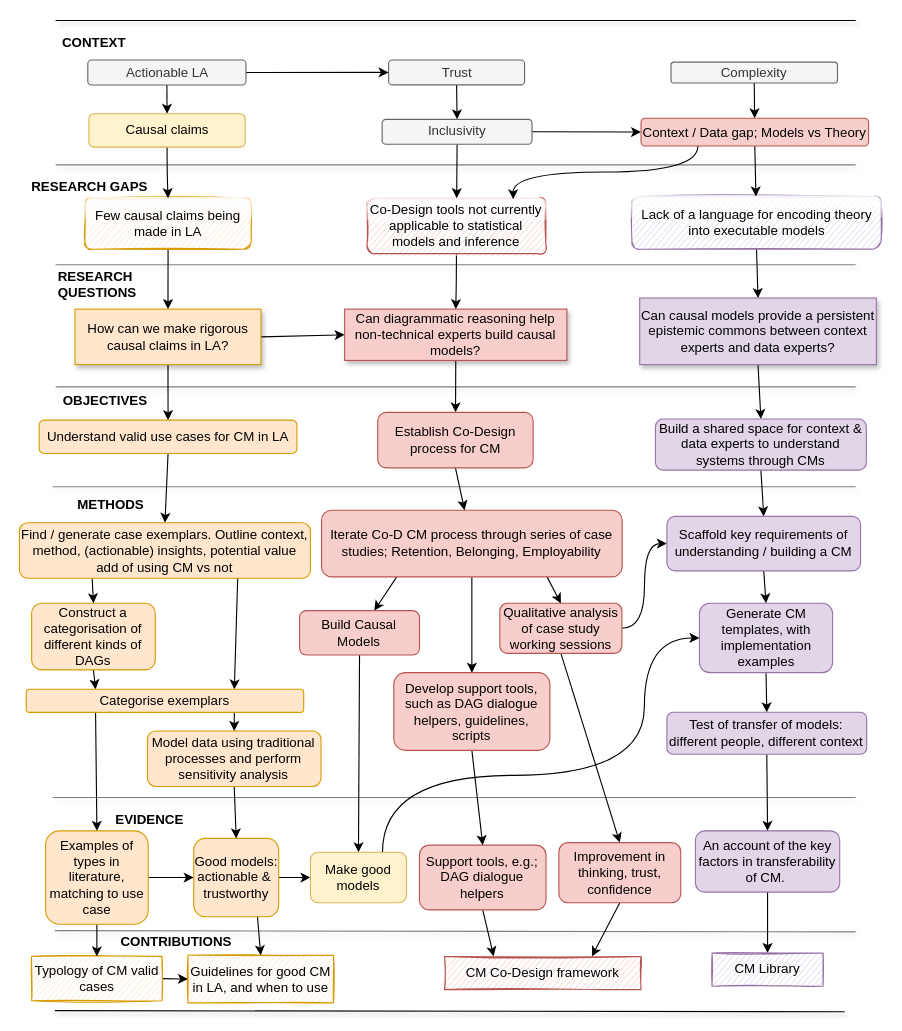
The draw.io diagram page "Page-9" (9 of 9) of Thesis diagram.drawio in benwhicks/phd, before the edit. Source tidied: cells renumbered, new cells numbered last; positions are measured from the earlier drawing's top-left corner, leaving out a move shared by most shapes. Both pictures are drawn from the tidied source at 111%, with x=0, y=0 at pixel (19, 20).
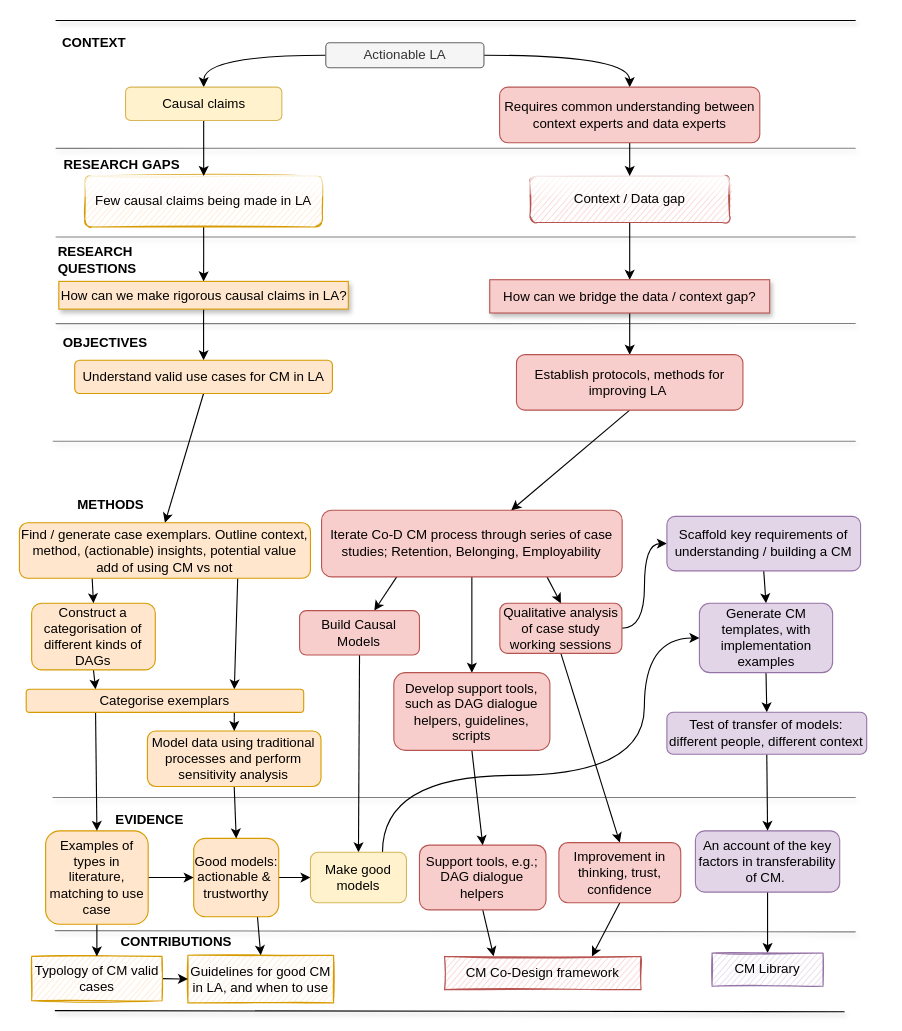
After the change.

The change refers to these unchanged cells:
```xml
<mxCell id="85" value="Scaffold key requirements of understanding / building a CM" style="whiteSpace=wrap;html=1;rounded=1;shadow=0;glass=0;sketch=0;fillColor=#e1d5e7;strokeColor=#9673a6;" parent="1" vertex="1">
  <mxGeometry x="583.3" y="446.7" width="174.5" height="49.1" as="geometry" />
</mxCell>
```

Change to the diagram source:
```diff
@@
     <mxCell id="3" value="RESEARCH GAPS" style="text;html=1;align=center;verticalAlign=middle;sketch=1;fontStyle=1;" parent="1" vertex="1">
-      <mxGeometry x="3" y="140" width="120" height="20" as="geometry" />
+      <mxGeometry x="31.8" y="120" width="120" height="20" as="geometry" />
     </mxCell>
     <mxCell id="4" value="RESEARCH &lt;br&gt;QUESTIONS" style="text;html=1;align=left;verticalAlign=middle;strokeColor=none;fillColor=none;fontStyle=1;" parent="1" vertex="1">
-      <mxGeometry x="33" y="223" width="90" height="30" as="geometry" />
+      <mxGeometry x="33" y="201" width="90" height="30" as="geometry" />
     </mxCell>
-    <mxCell id="5" style="rounded=0;jettySize=auto;html=1;exitX=0.5;exitY=1;exitDx=0;exitDy=0;entryX=0.5;entryY=0;entryDx=0;entryDy=0;" parent="1" edge="1" source="6" target="68">
-      <mxGeometry relative="1" as="geometry" />
-    </mxCell>
-    <mxCell id="6" value="Can causal models provide a persistent epistemic commons between context experts and data experts?" style="rounded=0;whiteSpace=wrap;html=1;fillColor=#e1d5e7;strokeColor=#9673a6;glass=0;sketch=0;shadow=1;" parent="1" vertex="1">
-      <mxGeometry x="558.8" y="250" width="213.2" height="60" as="geometry" />
-    </mxCell>
@@
-    <mxCell id="11" value="Co-Design tools not currently applicable to statistical models and inference" style="rounded=1;whiteSpace=wrap;html=1;fillColor=#f8cecc;strokeColor=#b85450;glass=1;sketch=1;" parent="1" vertex="1">
-      <mxGeometry x="313.1" y="160" width="161.2" height="50" as="geometry" />
+    <mxCell id="11" value="Context / Data gap" style="rounded=1;whiteSpace=wrap;html=1;fillColor=#f8cecc;strokeColor=#b85450;glass=1;sketch=1;" parent="1" vertex="1">
+      <mxGeometry x="459.9" y="140" width="179.8" height="42" as="geometry" />
     </mxCell>
-    <mxCell id="12" style="rounded=0;sketch=0;jettySize=auto;html=1;exitX=0.5;exitY=1;exitDx=0;exitDy=0;entryX=0.5;entryY=0;entryDx=0;entryDy=0;" parent="1" edge="1" source="13" target="6">
-      <mxGeometry relative="1" as="geometry" />
-    </mxCell>
-    <mxCell id="13" value="Lack of a language for encoding theory into executable models" style="rounded=1;whiteSpace=wrap;html=1;fillColor=#e1d5e7;strokeColor=#9673a6;glass=1;sketch=1;" parent="1" vertex="1">
-      <mxGeometry x="551.8" y="158.5" width="224.5" height="47.5" as="geometry" />
-    </mxCell>
@@
     <mxCell id="15" value="Few causal claims being made in LA" style="rounded=1;whiteSpace=wrap;html=1;fillColor=#ffe6cc;strokeColor=#d79b00;glass=1;sketch=1;" parent="1" vertex="1">
-      <mxGeometry x="58.9" y="160" width="150" height="46" as="geometry" />
+      <mxGeometry x="58.9" y="140" width="214.1" height="46" as="geometry" />
     </mxCell>
@@
-    <mxCell id="17" value="Can diagrammatic reasoning help non-technical experts build causal models?" style="rounded=0;whiteSpace=wrap;html=1;fillColor=#f8cecc;strokeColor=#b85450;sketch=0;shadow=1;" parent="1" vertex="1">
-      <mxGeometry x="293" y="260" width="200.2" height="46.2" as="geometry" />
+    <mxCell id="17" value="How can we bridge the data / context gap?" style="rounded=0;whiteSpace=wrap;html=1;fillColor=#f8cecc;strokeColor=#b85450;sketch=0;shadow=1;" parent="1" vertex="1">
+      <mxGeometry x="423.7" y="233.5" width="252.2" height="30" as="geometry" />
     </mxCell>
@@
-    <mxCell id="21" style="edgeStyle=none;rounded=0;jettySize=auto;html=1;exitX=0.5;exitY=1;exitDx=0;exitDy=0;entryX=0.5;entryY=0;entryDx=0;entryDy=0;" parent="1" edge="1" source="23" target="35">
+    <mxCell id="21" style="edgeStyle=orthogonalEdgeStyle;rounded=0;jettySize=auto;html=1;exitX=0;exitY=0.5;exitDx=0;exitDy=0;entryX=0.5;entryY=0;entryDx=0;entryDy=0;curved=1;" parent="1" edge="1" source="23" target="35">
       <mxGeometry relative="1" as="geometry" />
     </mxCell>
-    <mxCell id="22" style="edgeStyle=none;rounded=0;jettySize=auto;html=1;exitX=1;exitY=0.5;exitDx=0;exitDy=0;entryX=0;entryY=0.5;entryDx=0;entryDy=0;" parent="1" edge="1" source="23" target="49">
-      <mxGeometry relative="1" as="geometry" />
-    </mxCell>
+    <mxCell id="99" style="rounded=0;jettySize=auto;html=1;exitX=1;exitY=0.5;exitDx=0;exitDy=0;entryX=0.5;entryY=0;entryDx=0;entryDy=0;edgeStyle=orthogonalEdgeStyle;curved=1;" parent="1" edge="1" source="23" target="47">
+      <mxGeometry relative="1" as="geometry" />
+    </mxCell>
     <mxCell id="23" value="Actionable LA" style="rounded=1;whiteSpace=wrap;html=1;fillColor=#f5f5f5;strokeColor=#666666;fontColor=#333333;" parent="1" vertex="1">
-      <mxGeometry x="61.6" y="35.6" width="142.5" height="22.5" as="geometry" />
+      <mxGeometry x="276" y="20" width="142.5" height="22.5" as="geometry" />
     </mxCell>
@@
-    <mxCell id="25" style="edgeStyle=none;rounded=0;jettySize=auto;html=1;exitX=1;exitY=0.5;exitDx=0;exitDy=0;entryX=0;entryY=0.5;entryDx=0;entryDy=0;" parent="1" edge="1" source="26" target="17">
-      <mxGeometry relative="1" as="geometry" />
-    </mxCell>
     <mxCell id="26" value="How can we make rigorous causal claims in LA?" style="whiteSpace=wrap;html=1;fillColor=#ffe6cc;strokeColor=#d79b00;sketch=0;shadow=1;" parent="1" vertex="1">
-      <mxGeometry x="50.1" y="260" width="167.5" height="50" as="geometry" />
+      <mxGeometry x="35.5" y="235" width="260.8" height="25" as="geometry" />
     </mxCell>
@@
     <mxCell id="28" value="Understand valid use cases for CM in LA" style="rounded=1;whiteSpace=wrap;html=1;sketch=0;shadow=0;glass=0;fillColor=#ffe6cc;strokeColor=#d79b00;" parent="1" vertex="1">
-      <mxGeometry x="17.8" y="360" width="232.2" height="30" as="geometry" />
+      <mxGeometry x="49.8" y="306" width="232.2" height="30" as="geometry" />
     </mxCell>
@@
     <mxCell id="35" value="Causal claims" style="rounded=1;whiteSpace=wrap;html=1;fillColor=#fff2cc;shadow=0;glass=0;sketch=0;strokeColor=#d6b656;" parent="1" vertex="1">
-      <mxGeometry x="62.6" y="84" width="140.8" height="30" as="geometry" />
+      <mxGeometry x="95.6" y="60" width="140.8" height="30" as="geometry" />
     </mxCell>
@@
     <mxCell id="39" style="endArrow=none;html=1;rounded=0;sketch=1;curved=1;shadow=1;opacity=50;" parent="1" edge="1">
       <mxGeometry relative="1" as="geometry">
-        <mxPoint x="33" y="130" as="sourcePoint" />
-        <mxPoint x="753" y="130" as="targetPoint" />
+        <mxPoint x="33" y="115.1" as="sourcePoint" />
+        <mxPoint x="753" y="115.1" as="targetPoint" />
       </mxGeometry>
     </mxCell>
     <mxCell id="40" style="endArrow=none;html=1;rounded=0;sketch=1;curved=1;shadow=1;opacity=50;" parent="1" edge="1">
       <mxGeometry relative="1" as="geometry">
-        <mxPoint x="33" y="220" as="sourcePoint" />
-        <mxPoint x="753" y="220" as="targetPoint" />
+        <mxPoint x="33" y="195" as="sourcePoint" />
+        <mxPoint x="753" y="195" as="targetPoint" />
       </mxGeometry>
     </mxCell>
     <mxCell id="41" style="endArrow=none;html=1;rounded=0;sketch=1;curved=1;shadow=1;opacity=50;" parent="1" edge="1">
       <mxGeometry relative="1" as="geometry">
-        <mxPoint x="33" y="330" as="sourcePoint" />
-        <mxPoint x="753" y="330" as="targetPoint" />
+        <mxPoint x="33" y="273" as="sourcePoint" />
+        <mxPoint x="753" y="273" as="targetPoint" />
       </mxGeometry>
     </mxCell>
@@
-    <mxCell id="43" style="rounded=0;jettySize=auto;html=1;exitX=0.5;exitY=1;exitDx=0;exitDy=0;" parent="1" edge="1" source="44" target="66">
-      <mxGeometry relative="1" as="geometry" />
-    </mxCell>
-    <mxCell id="44" value="Complexity" style="rounded=1;whiteSpace=wrap;html=1;align=center;fillColor=#f5f5f5;strokeColor=#666666;shadow=0;sketch=0;fontFamily=Helvetica;fontStyle=0;fontSize=12;fontColor=#333333;" parent="1" vertex="1">
-      <mxGeometry x="587" y="37.5" width="150" height="18.8" as="geometry" />
-    </mxCell>
@@
-    <mxCell id="46" style="edgeStyle=none;rounded=0;jettySize=auto;html=1;exitX=1;exitY=0.5;exitDx=0;exitDy=0;entryX=0;entryY=0.5;entryDx=0;entryDy=0;" parent="1" edge="1" source="47" target="66">
-      <mxGeometry relative="1" as="geometry" />
-    </mxCell>
-    <mxCell id="47" value="Inclusivity" style="rounded=1;whiteSpace=wrap;html=1;fillColor=#f5f5f5;strokeColor=#666666;fontColor=#333333;" parent="1" vertex="1">
-      <mxGeometry x="326.8" y="89" width="135" height="22.5" as="geometry" />
+    <mxCell id="47" value="Requires common understanding between context experts and data experts" style="rounded=1;whiteSpace=wrap;html=1;fillColor=#f8cecc;strokeColor=#b85450;" parent="1" vertex="1">
+      <mxGeometry x="432.6" y="60" width="234.4" height="50.1" as="geometry" />
     </mxCell>
-    <mxCell id="48" style="rounded=0;jettySize=auto;html=1;exitX=0.5;exitY=1;exitDx=0;exitDy=0;entryX=0.5;entryY=0;entryDx=0;entryDy=0;" parent="1" edge="1" source="49" target="47">
-      <mxGeometry relative="1" as="geometry" />
-    </mxCell>
-    <mxCell id="49" value="Trust" style="rounded=1;whiteSpace=wrap;html=1;fillColor=#f5f5f5;strokeColor=#666666;fontColor=#333333;" parent="1" vertex="1">
-      <mxGeometry x="332.6" y="35.5" width="122.5" height="22.5" as="geometry" />
-    </mxCell>
@@
     <mxCell id="62" style="endArrow=none;html=1;rounded=0;sketch=1;curved=1;shadow=1;opacity=50;" parent="1" edge="1">
       <mxGeometry relative="1" as="geometry">
-        <mxPoint x="30.5" y="420" as="sourcePoint" />
-        <mxPoint x="753" y="420" as="targetPoint" />
+        <mxPoint x="30.5" y="379" as="sourcePoint" />
+        <mxPoint x="753" y="379" as="targetPoint" />
       </mxGeometry>
     </mxCell>
     <mxCell id="63" value="OBJECTIVES" style="text;html=1;align=center;verticalAlign=middle;strokeColor=none;fillColor=none;fontStyle=1;" parent="1" vertex="1">
-      <mxGeometry x="32.4" y="333" width="90" height="20" as="geometry" />
+      <mxGeometry x="32.4" y="281" width="90" height="20" as="geometry" />
     </mxCell>
-    <mxCell id="64" style="rounded=0;jettySize=auto;html=1;exitX=0.5;exitY=1;exitDx=0;exitDy=0;" parent="1" edge="1" source="66" target="13">
-      <mxGeometry relative="1" as="geometry" />
-    </mxCell>
-    <mxCell id="65" style="rounded=0;jettySize=auto;html=1;exitX=0.25;exitY=1;exitDx=0;exitDy=0;entryX=0.817;entryY=0.02;entryDx=0;entryDy=0;entryPerimeter=0;edgeStyle=orthogonalEdgeStyle;curved=1;" parent="1" edge="1" source="66" target="11">
-      <mxGeometry relative="1" as="geometry" />
-    </mxCell>
-    <mxCell id="66" value="Context / Data gap; Models vs Theory" style="rounded=1;whiteSpace=wrap;html=1;fillColor=#f8cecc;strokeColor=#b85450;" parent="1" vertex="1">
-      <mxGeometry x="560" y="88" width="205" height="25" as="geometry" />
-    </mxCell>
-    <mxCell id="67" style="edgeStyle=none;rounded=0;jumpStyle=none;jettySize=auto;html=1;exitX=0.5;exitY=1;exitDx=0;exitDy=0;fontFamily=Helvetica;fontSize=12;entryX=0.5;entryY=0;entryDx=0;entryDy=0;" parent="1" edge="1" source="68" target="85">
-      <mxGeometry relative="1" as="geometry" />
-    </mxCell>
-    <mxCell id="68" value="Build a shared space for context &amp;amp; data experts to understand systems through CMs" style="rounded=1;whiteSpace=wrap;html=1;fillColor=#e1d5e7;strokeColor=#9673a6;" parent="1" vertex="1">
-      <mxGeometry x="573" y="359" width="190" height="46" as="geometry" />
-    </mxCell>
@@
-    <mxCell id="70" value="Establish Co-Design process for CM" style="rounded=1;whiteSpace=wrap;html=1;fillColor=#f8cecc;strokeColor=#b85450;" parent="1" vertex="1">
-      <mxGeometry x="322.8" y="353" width="140" height="50" as="geometry" />
+    <mxCell id="70" value="Establish protocols, methods for improving LA&amp;nbsp;" style="rounded=1;whiteSpace=wrap;html=1;fillColor=#f8cecc;strokeColor=#b85450;" parent="1" vertex="1">
+      <mxGeometry x="447.8" y="301" width="204" height="50" as="geometry" />
     </mxCell>
```
